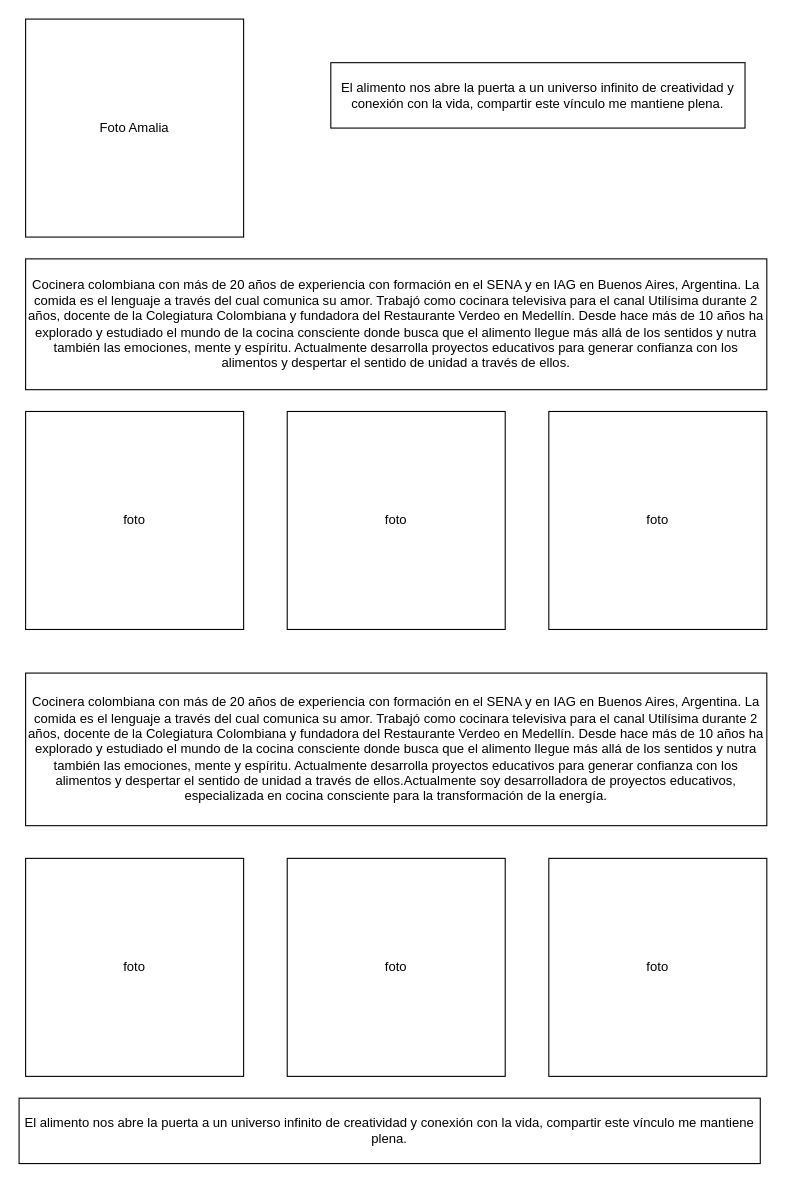
The draw.io diagram DiagramaTributoAmalia.drawio in DrFungi/tributoamalia, before the edit. Source tidied: cells renumbered, new cells numbered last; positions are measured from the earlier drawing's top-left corner, leaving out a move shared by most shapes. Both pictures are drawn from the tidied source at 109%, with x=0, y=0 at pixel (19, 19).
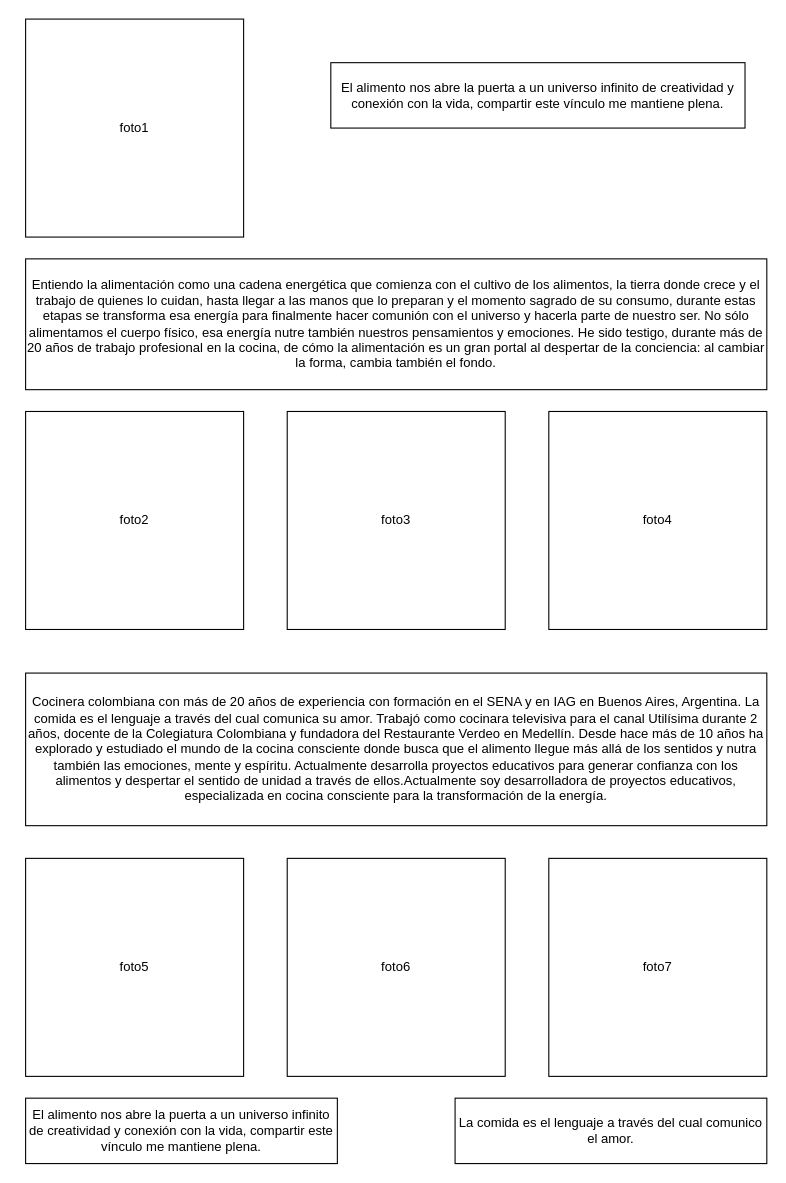
The same diagram, later.

Commit message (it also covers changes not shown here):
cambios aldiagrama y texto entrado en html

Change to the diagram source:
```diff
@@
 <mxGraphModel>
   <root>
     <mxCell id="0" />
     <mxCell id="1" parent="0" />
     <mxCell id="2" value="El alimento nos abre la puerta a un universo infinito de creatividad y conexión con la vida, compartir este vínculo me mantiene plena." style="rounded=0;whiteSpace=wrap;html=1;" parent="1" vertex="1">
-      <mxGeometry y="990" width="680" height="60" as="geometry" />
+      <mxGeometry x="6" y="990" width="286" height="60" as="geometry" />
     </mxCell>
-    <mxCell id="3" value="Foto Amalia" style="whiteSpace=wrap;html=1;" parent="1" vertex="1">
+    <mxCell id="3" value="foto1" style="whiteSpace=wrap;html=1;" parent="1" vertex="1">
       <mxGeometry x="6" width="200" height="200" as="geometry" />
     </mxCell>
     <mxCell id="4" value="El alimento nos abre la puerta a un universo infinito de creatividad y conexión con la vida, compartir este vínculo me mantiene plena." style="whiteSpace=wrap;html=1;" parent="1" vertex="1">
       <mxGeometry x="286" y="40" width="380" height="60" as="geometry" />
     </mxCell>
-    <mxCell id="5" value="Cocinera colombiana con más de 20 años de experiencia con formación en el SENA y en IAG en Buenos Aires, Argentina. La comida es el lenguaje a través del cual comunica su amor. Trabajó como cocinara televisiva para el canal Utilísima durante 2 años, docente de la Colegiatura Colombiana y fundadora del Restaurante Verdeo en Medellín. Desde hace más de 10 años ha explorado y estudiado el mundo de la cocina consciente donde busca que el alimento llegue más allá de los sentidos y nutra también las emociones, mente y espíritu. Actualmente desarrolla proyectos educativos para generar confianza con los alimentos y despertar el sentido de unidad a través de ellos." style="whiteSpace=wrap;html=1;strokeColor=#000000;fillColor=white;" parent="1" vertex="1">
+    <mxCell id="5" value="Entiendo la alimentación como una cadena energética que comienza con el cultivo de los alimentos, la tierra donde crece y el trabajo de quienes lo cuidan, hasta llegar a las manos que lo preparan y el momento sagrado de su consumo, durante estas etapas se transforma esa energía para finalmente hacer comunión con el universo y hacerla parte de nuestro ser. No sólo alimentamos el cuerpo físico, esa energía nutre también nuestros pensamientos y emociones. He sido testigo, durante más de 20 años de trabajo profesional en la cocina, de cómo la alimentación es un gran portal al despertar de la conciencia: al cambiar la forma, cambia también el fondo." style="whiteSpace=wrap;html=1;strokeColor=#000000;fillColor=white;" parent="1" vertex="1">
       <mxGeometry x="6" y="220" width="680" height="120" as="geometry" />
     </mxCell>
-    <mxCell id="6" value="foto" style="whiteSpace=wrap;html=1;strokeColor=#000000;fillColor=white;" parent="1" vertex="1">
+    <mxCell id="6" value="foto2" style="whiteSpace=wrap;html=1;strokeColor=#000000;fillColor=white;" parent="1" vertex="1">
       <mxGeometry x="6" y="360" width="200" height="200" as="geometry" />
     </mxCell>
-    <mxCell id="7" value="foto" style="whiteSpace=wrap;html=1;strokeColor=#000000;fillColor=white;" parent="1" vertex="1">
+    <mxCell id="7" value="foto3" style="whiteSpace=wrap;html=1;strokeColor=#000000;fillColor=white;" parent="1" vertex="1">
       <mxGeometry x="246" y="360" width="200" height="200" as="geometry" />
     </mxCell>
-    <mxCell id="8" value="foto" style="whiteSpace=wrap;html=1;strokeColor=#000000;fillColor=white;" parent="1" vertex="1">
+    <mxCell id="8" value="foto4" style="whiteSpace=wrap;html=1;strokeColor=#000000;fillColor=white;" parent="1" vertex="1">
       <mxGeometry x="486" y="360" width="200" height="200" as="geometry" />
     </mxCell>
     <mxCell id="9" value="Cocinera colombiana con más de 20 años de experiencia con formación en el SENA y en IAG en Buenos Aires, Argentina. La comida es el lenguaje a través del cual comunica su amor. Trabajó como cocinara televisiva para el canal Utilísima durante 2 años, docente de la Colegiatura Colombiana y fundadora del Restaurante Verdeo en Medellín. Desde hace más de 10 años ha explorado y estudiado el mundo de la cocina consciente donde busca que el alimento llegue más allá de los sentidos y nutra también las emociones, mente y espíritu. Actualmente desarrolla proyectos educativos para generar confianza con los alimentos y despertar el sentido de unidad a través de ellos.Actualmente soy desarrolladora de proyectos educativos, especializada en cocina consciente para la transformación de la energía." style="whiteSpace=wrap;html=1;" parent="1" vertex="1">
       <mxGeometry x="6" y="600" width="680" height="140" as="geometry" />
     </mxCell>
-    <mxCell id="10" value="foto" style="whiteSpace=wrap;html=1;" parent="1" vertex="1">
+    <mxCell id="10" value="foto5" style="whiteSpace=wrap;html=1;" parent="1" vertex="1">
       <mxGeometry x="6" y="770" width="200" height="200" as="geometry" />
     </mxCell>
-    <mxCell id="11" value="foto" style="whiteSpace=wrap;html=1;" parent="1" vertex="1">
+    <mxCell id="11" value="foto6" style="whiteSpace=wrap;html=1;" parent="1" vertex="1">
       <mxGeometry x="246" y="770" width="200" height="200" as="geometry" />
     </mxCell>
-    <mxCell id="12" value="foto" style="whiteSpace=wrap;html=1;" parent="1" vertex="1">
+    <mxCell id="12" value="foto7" style="whiteSpace=wrap;html=1;" parent="1" vertex="1">
       <mxGeometry x="486" y="770" width="200" height="200" as="geometry" />
     </mxCell>
+    <mxCell id="13" value="La comida es el lenguaje a través del cual comunico el amor." style="rounded=0;whiteSpace=wrap;html=1;" parent="1" vertex="1">
+      <mxGeometry x="400" y="990" width="286" height="60" as="geometry" />
+    </mxCell>
   </root>
 </mxGraphModel>
```
